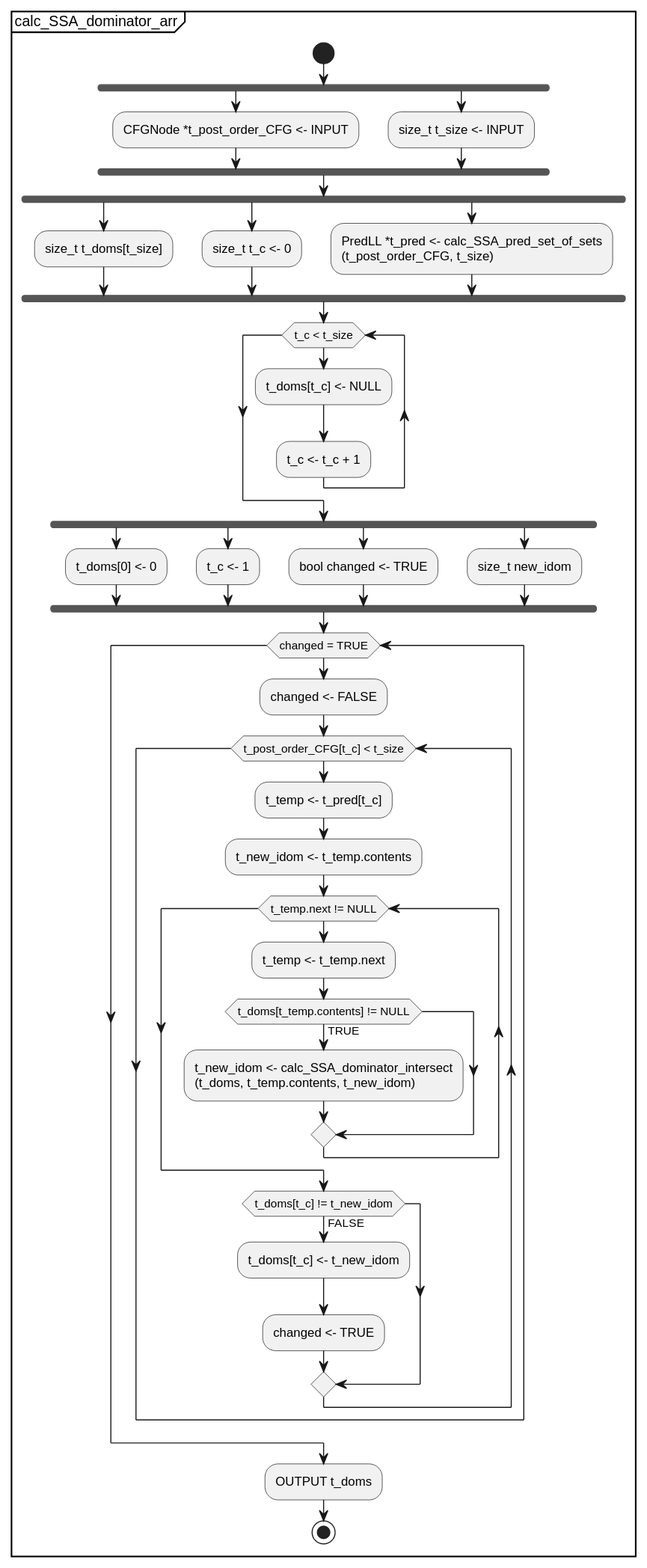
KeithCBrett/Python-Compiler keeps this PlantUML diagram as docs/UML/Single_Static_Assignment_Generation_Scheme/submodules/svg/calc_SSA_dominator_arr.svg. Above is the earlier version.
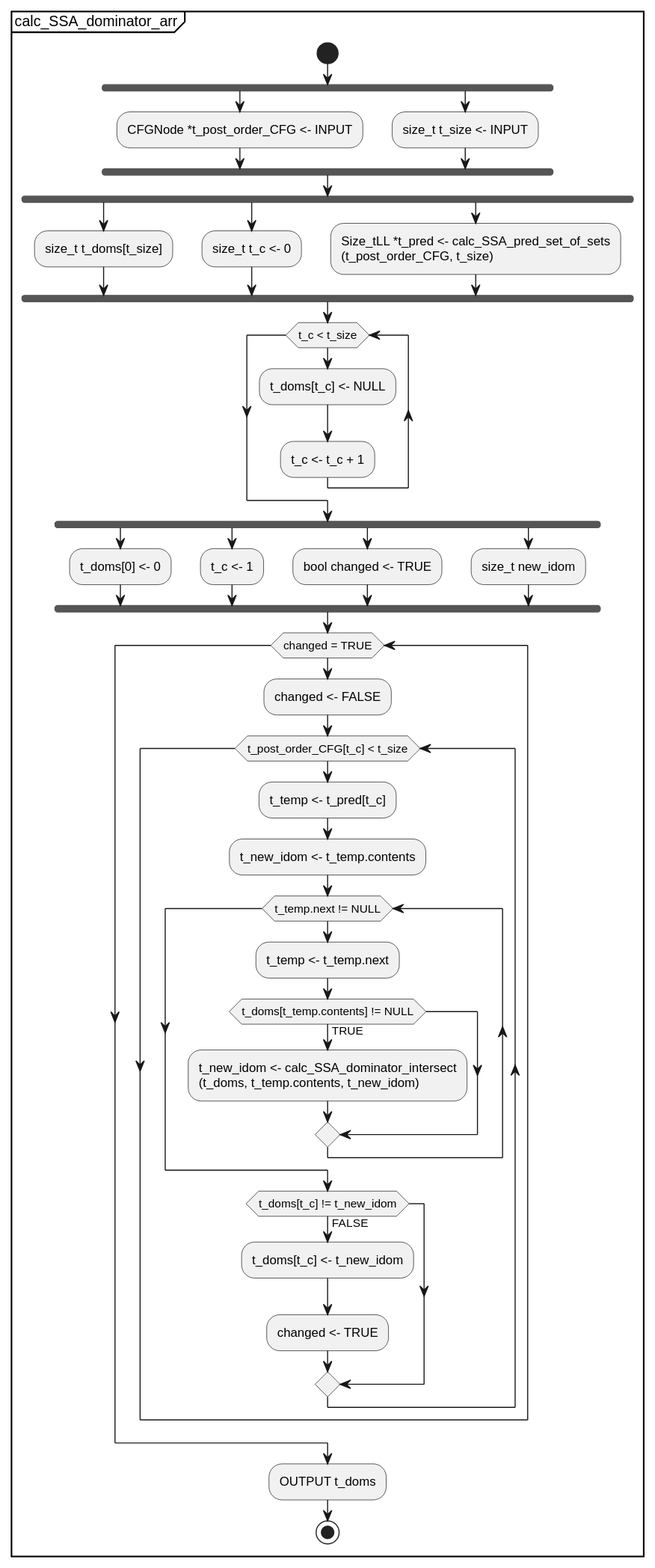
The same diagram one commit later.

Change to the diagram source:
```diff
@@ -11,7 +11,7 @@
     fork again
     :size_t t_c <- 0;
     fork again
-    :PredLL *t_pred <- calc_SSA_pred_set_of_sets
+    :Size_tLL *t_pred <- calc_SSA_pred_set_of_sets
     (t_post_order_CFG, t_size);
     fork end
     while (t_c < t_size)
```
